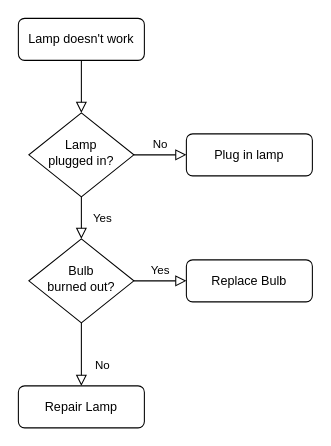
Before: Untitled Diagram.drawio in olivier-test-drawio/test, a draw.io diagram. Source tidied: cells renumbered, new cells numbered last; positions are measured from the earlier drawing's top-left corner, leaving out a move shared by most shapes. Both pictures are drawn from the tidied source at 105%, with x=0, y=0 at pixel (18, 18).
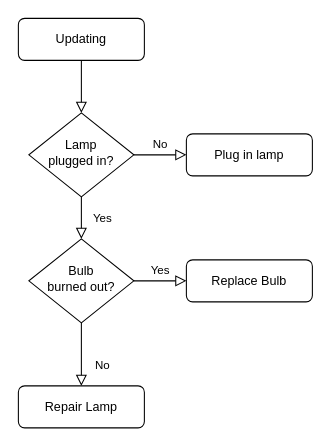
The same page after the edit.

Change to the diagram source:
```diff
@@
 <mxGraphModel>
   <root>
     <mxCell id="0" />
     <mxCell id="1" parent="0" />
     <mxCell id="2" style="rounded=0;html=1;jettySize=auto;fontSize=11;endArrow=block;endFill=0;endSize=8;strokeWidth=1;shadow=0;labelBackgroundColor=none;edgeStyle=orthogonalEdgeStyle;" parent="1" edge="1" source="3" target="6">
       <mxGeometry relative="1" as="geometry" />
     </mxCell>
-    <mxCell id="3" value="Lamp doesn't work" style="rounded=1;whiteSpace=wrap;html=1;fontSize=12;glass=0;strokeWidth=1;shadow=0;" parent="1" vertex="1">
+    <mxCell id="3" value="Updating" style="rounded=1;whiteSpace=wrap;html=1;fontSize=12;glass=0;strokeWidth=1;shadow=0;" parent="1" vertex="1">
       <mxGeometry width="120" height="40" as="geometry" />
     </mxCell>
     <mxCell id="4" value="Yes" style="rounded=0;html=1;jettySize=auto;fontSize=11;endArrow=block;endFill=0;endSize=8;strokeWidth=1;shadow=0;labelBackgroundColor=none;edgeStyle=orthogonalEdgeStyle;" parent="1" edge="1" source="6" target="10">
       <mxGeometry y="20" relative="1" as="geometry" />
     </mxCell>
     <mxCell id="5" value="No" style="edgeStyle=orthogonalEdgeStyle;rounded=0;html=1;jettySize=auto;fontSize=11;endArrow=block;endFill=0;endSize=8;strokeWidth=1;shadow=0;labelBackgroundColor=none;" parent="1" edge="1" source="6" target="7">
       <mxGeometry y="10" relative="1" as="geometry" />
     </mxCell>
     <mxCell id="6" value="Lamp&lt;br&gt;plugged in?" style="rhombus;whiteSpace=wrap;html=1;shadow=0;fontFamily=Helvetica;fontSize=12;align=center;strokeWidth=1;spacing=6;spacingTop=-4;" parent="1" vertex="1">
       <mxGeometry x="10" y="90" width="100" height="80" as="geometry" />
     </mxCell>
     <mxCell id="7" value="Plug in lamp" style="rounded=1;whiteSpace=wrap;html=1;fontSize=12;glass=0;strokeWidth=1;shadow=0;" parent="1" vertex="1">
       <mxGeometry x="160" y="110" width="120" height="40" as="geometry" />
     </mxCell>
     <mxCell id="8" value="No" style="rounded=0;html=1;jettySize=auto;fontSize=11;endArrow=block;endFill=0;endSize=8;strokeWidth=1;shadow=0;labelBackgroundColor=none;edgeStyle=orthogonalEdgeStyle;" parent="1" edge="1" source="10" target="11">
       <mxGeometry x="0.33" y="20" relative="1" as="geometry" />
     </mxCell>
     <mxCell id="9" value="Yes" style="edgeStyle=orthogonalEdgeStyle;rounded=0;html=1;jettySize=auto;fontSize=11;endArrow=block;endFill=0;endSize=8;strokeWidth=1;shadow=0;labelBackgroundColor=none;" parent="1" edge="1" source="10" target="12">
       <mxGeometry y="10" relative="1" as="geometry" />
     </mxCell>
     <mxCell id="10" value="Bulb&lt;br&gt;burned out?" style="rhombus;whiteSpace=wrap;html=1;shadow=0;fontFamily=Helvetica;fontSize=12;align=center;strokeWidth=1;spacing=6;spacingTop=-4;" parent="1" vertex="1">
       <mxGeometry x="10" y="210" width="100" height="80" as="geometry" />
     </mxCell>
     <mxCell id="11" value="Repair Lamp" style="rounded=1;whiteSpace=wrap;html=1;fontSize=12;glass=0;strokeWidth=1;shadow=0;" parent="1" vertex="1">
       <mxGeometry y="350" width="120" height="40" as="geometry" />
     </mxCell>
     <mxCell id="12" value="Replace Bulb" style="rounded=1;whiteSpace=wrap;html=1;fontSize=12;glass=0;strokeWidth=1;shadow=0;" parent="1" vertex="1">
       <mxGeometry x="160" y="230" width="120" height="40" as="geometry" />
     </mxCell>
   </root>
 </mxGraphModel>
```
